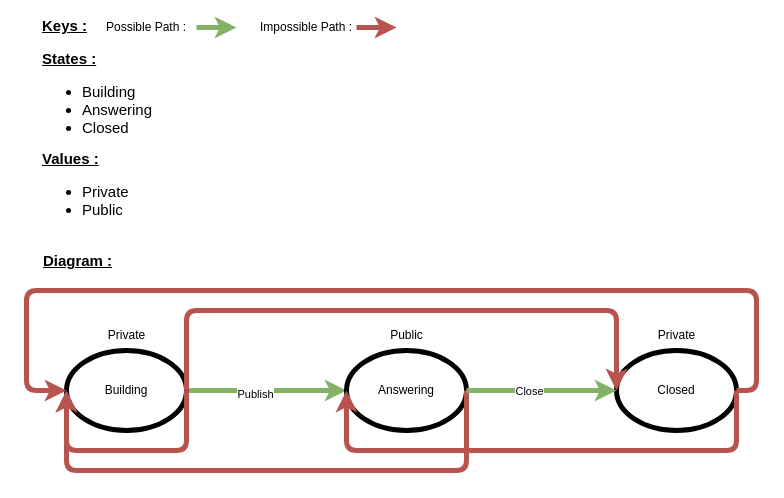
Earlier version of the draw.io diagram doc/state_diagram/state_diagram.drawio (Nomeos/Looper). Source tidied: cells renumbered, new cells numbered last; positions are measured from the earlier drawing's top-left corner, leaving out a move shared by most shapes. Both pictures are drawn from the tidied source at 100%, with x=0, y=0 at pixel (26, 17).
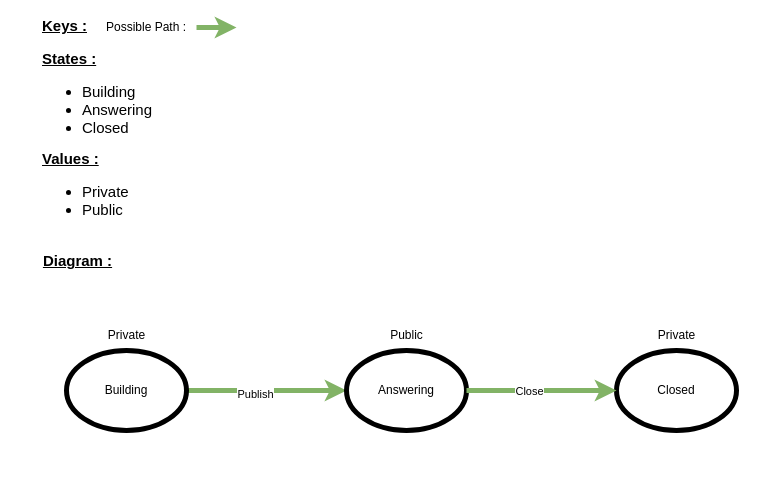
The same diagram, later.

Unchanged cells that the change refers to:
```xml
<mxCell id="4" value="Building" style="ellipse;whiteSpace=wrap;html=1;strokeWidth=5;" parent="1" vertex="1">
  <mxGeometry x="40" y="333" width="120" height="80" as="geometry" />
</mxCell>
<mxCell id="5" value="Answering" style="ellipse;whiteSpace=wrap;html=1;strokeWidth=5;" parent="1" vertex="1">
  <mxGeometry x="320" y="333" width="120" height="80" as="geometry" />
</mxCell>
<mxCell id="6" value="Closed" style="ellipse;whiteSpace=wrap;html=1;strokeWidth=5;" parent="1" vertex="1">
  <mxGeometry x="590" y="333" width="120" height="80" as="geometry" />
</mxCell>
```

What changed in the source:
```diff
@@
-    <mxCell id="7" style="endArrow=none;html=1;fillColor=#f8cecc;strokeColor=#b85450;entryX=1;entryY=0.5;entryDx=0;entryDy=0;exitX=0;exitY=0.5;exitDx=0;exitDy=0;edgeStyle=orthogonalEdgeStyle;strokeWidth=5;startArrow=classic;startFill=1;" parent="1" edge="1" source="4" target="6">
-      <mxGeometry relative="1" as="geometry">
-        <Array as="points">
-          <mxPoint y="373" />
-          <mxPoint y="273" />
-          <mxPoint x="730" y="273" />
-          <mxPoint x="730" y="373" />
-        </Array>
-      </mxGeometry>
-    </mxCell>
@@
-    <mxCell id="10" style="endArrow=classic;html=1;strokeWidth=5;fillColor=#f8cecc;strokeColor=#b85450;" parent="1" edge="1">
-      <mxGeometry relative="1" as="geometry">
-        <mxPoint x="330" y="10" as="sourcePoint" />
-        <mxPoint x="370" y="10" as="targetPoint" />
-      </mxGeometry>
-    </mxCell>
-    <mxCell id="11" value="Impossible Path :" style="text;html=1;strokeColor=none;fillColor=none;align=center;verticalAlign=middle;whiteSpace=wrap;rounded=0;" parent="1" vertex="1">
-      <mxGeometry x="230" width="100" height="20" as="geometry" />
-    </mxCell>
@@
-    <mxCell id="15" style="endArrow=none;html=1;fillColor=#f8cecc;strokeColor=#b85450;entryX=1;entryY=0.5;entryDx=0;entryDy=0;exitX=0;exitY=0.5;exitDx=0;exitDy=0;edgeStyle=orthogonalEdgeStyle;strokeWidth=5;startArrow=classic;startFill=1;" parent="1" edge="1" source="4" target="5">
-      <mxGeometry relative="1" as="geometry">
-        <Array as="points">
-          <mxPoint x="40" y="453" />
-          <mxPoint x="440" y="453" />
-        </Array>
-      </mxGeometry>
-    </mxCell>
@@
-    <mxCell id="18" style="endArrow=none;html=1;fillColor=#f8cecc;strokeColor=#b85450;entryX=1;entryY=0.5;entryDx=0;entryDy=0;edgeStyle=orthogonalEdgeStyle;strokeWidth=5;startArrow=classic;startFill=1;" parent="1" edge="1" target="4">
-      <mxGeometry relative="1" as="geometry">
-        <mxPoint x="40" y="373" as="sourcePoint" />
-        <Array as="points">
-          <mxPoint x="40" y="433" />
-          <mxPoint x="160" y="433" />
-        </Array>
-      </mxGeometry>
-    </mxCell>
-    <mxCell id="19" style="endArrow=none;html=1;fillColor=#f8cecc;strokeColor=#b85450;entryX=1;entryY=0.5;entryDx=0;entryDy=0;exitX=0;exitY=0.5;exitDx=0;exitDy=0;edgeStyle=orthogonalEdgeStyle;strokeWidth=5;startArrow=classic;startFill=1;" parent="1" edge="1" source="5" target="6">
-      <mxGeometry relative="1" as="geometry">
-        <Array as="points">
-          <mxPoint x="320" y="433" />
-          <mxPoint x="710" y="433" />
-        </Array>
-      </mxGeometry>
-    </mxCell>
@@
-    <mxCell id="24" style="endArrow=none;html=1;fillColor=#f8cecc;strokeColor=#b85450;entryX=1;entryY=0.5;entryDx=0;entryDy=0;exitX=0;exitY=0.5;exitDx=0;exitDy=0;edgeStyle=orthogonalEdgeStyle;strokeWidth=5;startArrow=classic;startFill=1;" parent="1" edge="1" source="6" target="4">
-      <mxGeometry relative="1" as="geometry">
-        <Array as="points">
-          <mxPoint x="590" y="293" />
-          <mxPoint x="160" y="293" />
-        </Array>
-      </mxGeometry>
-    </mxCell>
```
